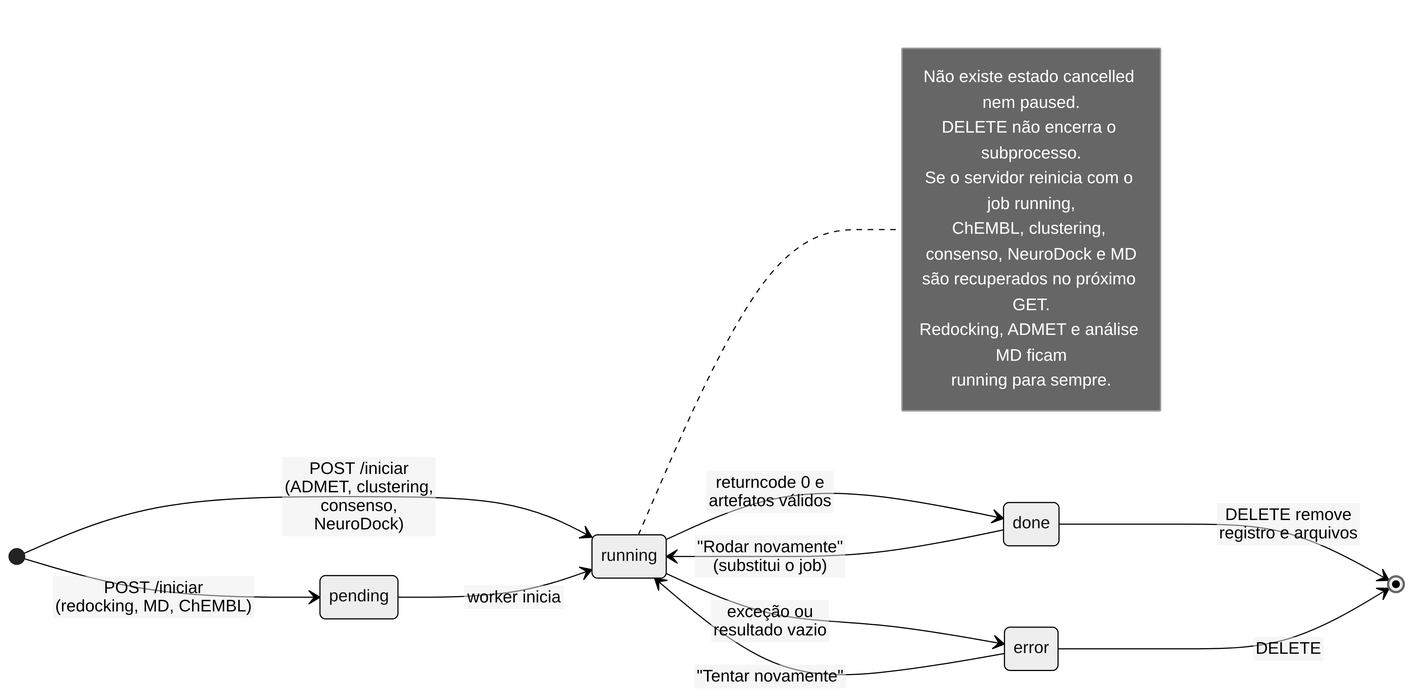
Above: docs/assets/diagramas/png/21-estados-job.png in Letolsilva/DrugHunter-Studio (Mermaid), before the change. Its source is kept beside it as docs/diagramas/src/21-estados-job.mmd.
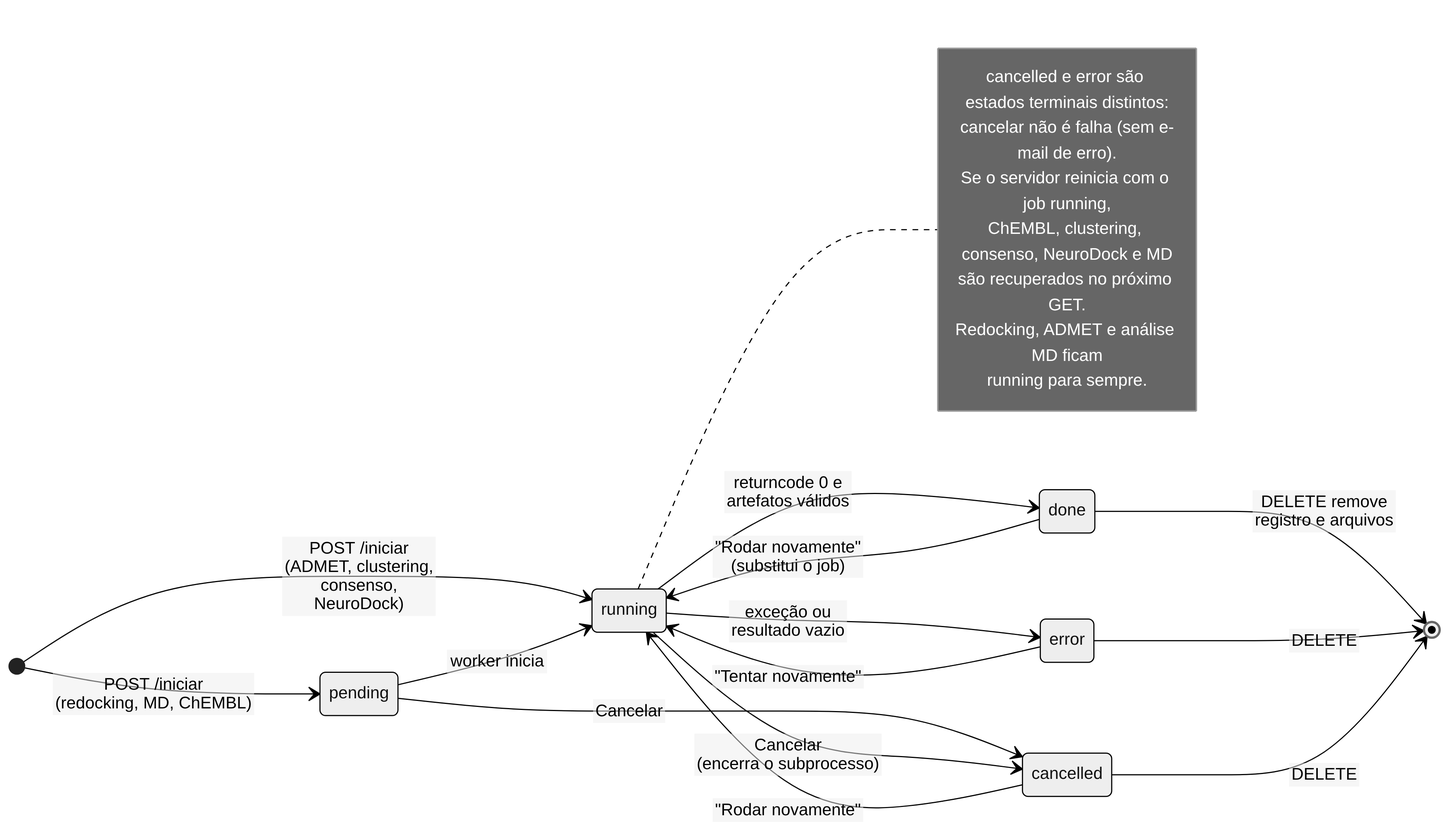
Later version of the same file.

Change to the diagram source:
```diff
@@ -3,15 +3,19 @@
     [*] --> pending : POST /iniciar<br/>(redocking, MD, ChEMBL)
     [*] --> running : POST /iniciar<br/>(ADMET, clustering, consenso,<br/>NeuroDock)
     pending --> running : worker inicia
+    pending --> cancelled : Cancelar
     running --> done : returncode 0 e<br/>artefatos válidos
     running --> error : exceção ou<br/>resultado vazio
+    running --> cancelled : Cancelar<br/>(encerra o subprocesso)
     done --> running : "Rodar novamente"<br/>(substitui o job)
     error --> running : "Tentar novamente"
+    cancelled --> running : "Rodar novamente"
     done --> [*] : DELETE remove<br/>registro e arquivos
     error --> [*] : DELETE
+    cancelled --> [*] : DELETE
     note right of running
-        Não existe estado cancelled nem paused.
-        DELETE não encerra o subprocesso.
+        cancelled e error são estados terminais distintos:
+        cancelar não é falha (sem e-mail de erro).
         Se o servidor reinicia com o job running,
         ChEMBL, clustering, consenso, NeuroDock e MD
         são recuperados no próximo GET.
```
